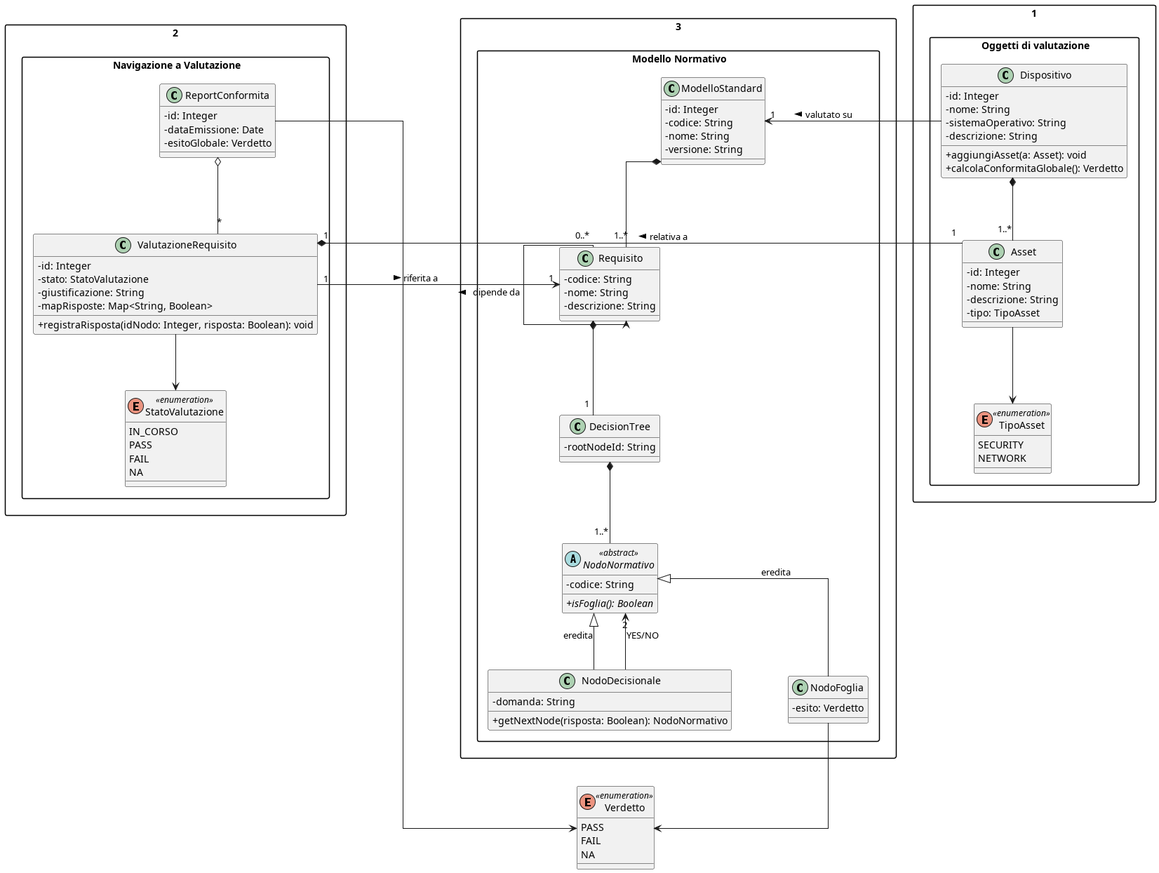
The PlantUML diagram src/PB/DocumentazioneEsterna/Specifica_Tecnica/content/uml/png/Modello_di_Dominio.png in GroupRubberDuck/Documentazione, before a commit.
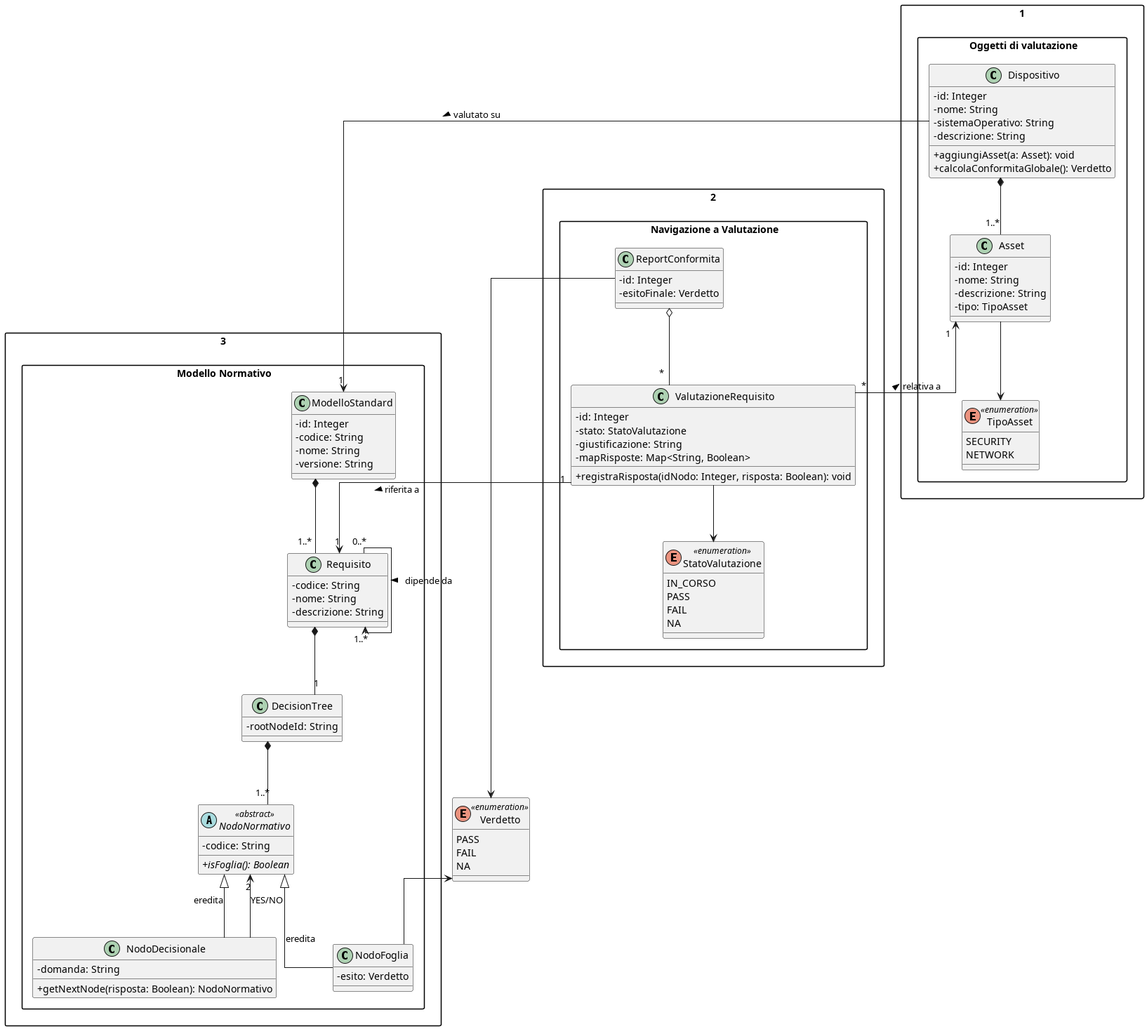
The same file after the commit.

Commit message:
Feat: stesura diagramma di dominio e diagramma per dispositivo in specifica tecnica. #165

Diff of the diagram source:
```diff
@@ -31,8 +31,7 @@
 package "2. Navigazione a Valutazione" {
     class ReportConformita {
         - id: Integer
-        - dataEmissione: Date
-        - esitoGlobale: Verdetto
+        - esitoFinale: Verdetto
     }
 
     class ValutazioneRequisito {
@@ -92,7 +91,7 @@
 
 
 Dispositivo *-- "1..*" Asset
-Asset --> TipoAsset
+Asset -down-> TipoAsset
 
 ReportConformita o-- "*" ValutazioneRequisito
 ValutazioneRequisito --> StatoValutazione
@@ -100,19 +99,21 @@
 ModelloStandard *-- "1..*" Requisito
 Requisito *-- "1" DecisionTree
 DecisionTree *-- "1..*" NodoNormativo
-Requisito "0..*" -right-> Requisito : dipende da >
+
 
 NodoNormativo <|-- NodoDecisionale : eredita
 NodoNormativo <|-- NodoFoglia : eredita
 NodoDecisionale --> "2" NodoNormativo : YES/NO
 
+Requisito "0..*" ---right-> "1..*" Requisito : dipende da >
 
-Dispositivo -right-> "1" ModelloStandard : valutato su >
 
-ValutazioneRequisito "1" *-left- "1" Asset : < relativa a
-ValutazioneRequisito "1" -right-> "1" Requisito : riferita a >
+Dispositivo --> "1" ModelloStandard : valutato su >
+
+Asset "1" <-- "*" ValutazioneRequisito : < relativa a
+ValutazioneRequisito "1" --> "1" Requisito : riferita a >
 
 ReportConformita -> Verdetto
-NodoFoglia -down-> Verdetto
+NodoFoglia -up-> Verdetto
 
 @enduml
```
